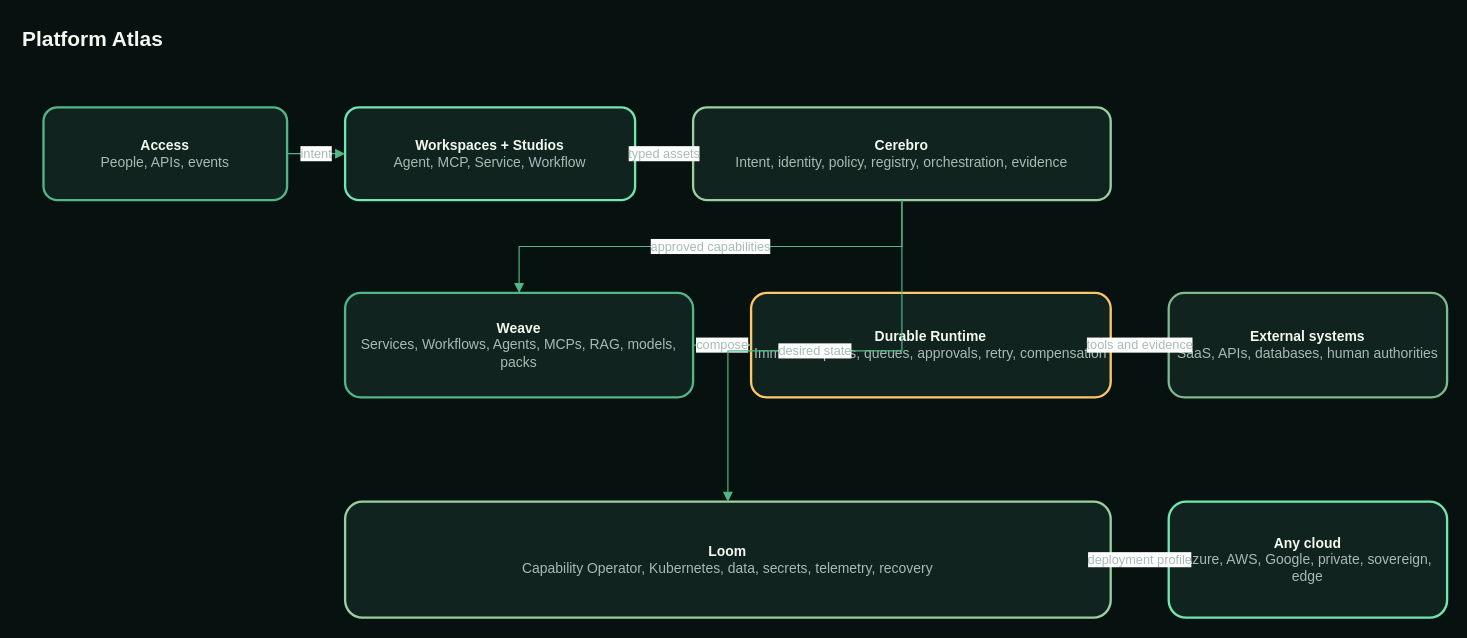
This is page "Platform Atlas" (1 of 4) of diagrams/contextweaver-nextgen-architecture.drawio from brainzbytes/contextweaver-public-site, a draw.io file, before an edit. Source tidied: cells renumbered, new cells numbered last; positions are measured from the earlier drawing's top-left corner, leaving out a move shared by most shapes. Both pictures are drawn from the tidied source at 116%, with x=0, y=0 at pixel (20, 20).
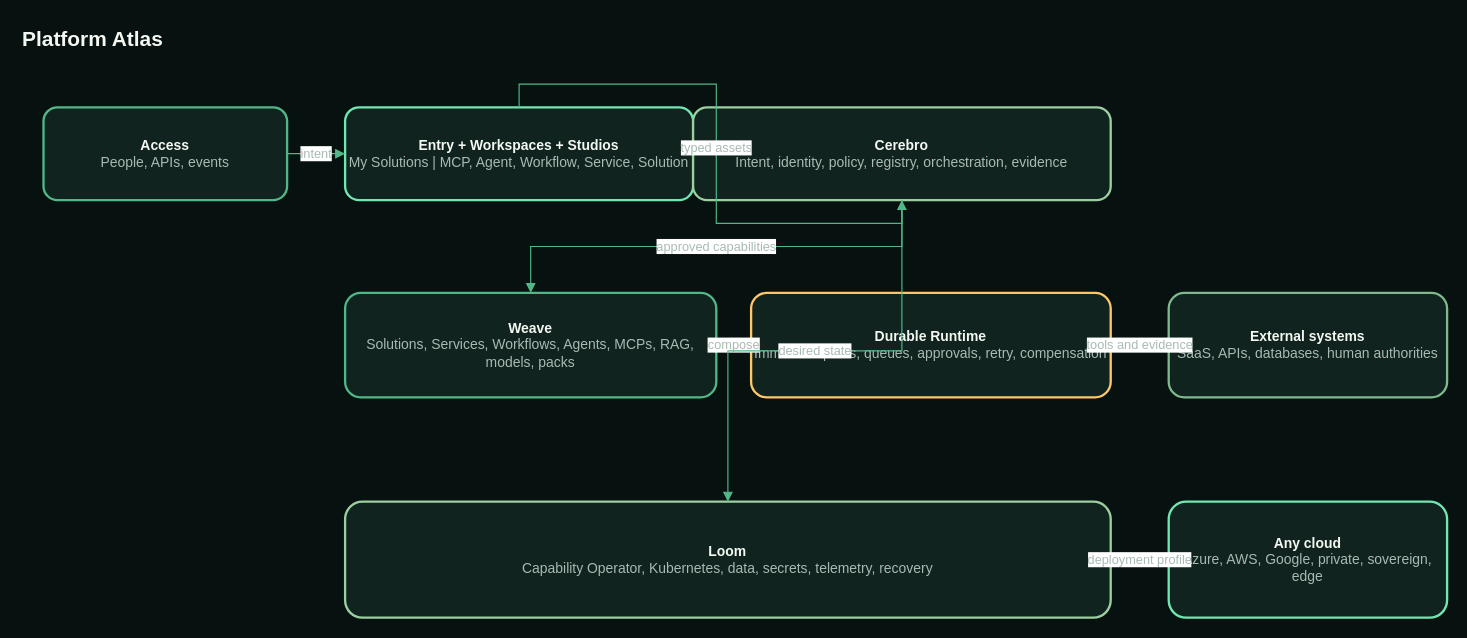
The same page after the edit.

What changed in the source:
```diff
@@
 <mxGraphModel background="#07110f">
   <root>
     <mxCell id="0" />
     <mxCell id="1" parent="0" />
     <mxCell id="2" value="Platform Atlas" style="text;html=1;strokeColor=none;fillColor=none;fontSize=18;fontStyle=1;fontColor=#f4f8f2;" parent="1" vertex="1">
       <mxGeometry width="900" height="40" as="geometry" />
     </mxCell>
     <mxCell id="3" value="&lt;b&gt;Access&lt;/b&gt;&lt;br&gt;&lt;font color=&quot;#a8bbb3&quot;&gt;People, APIs, events&lt;/font&gt;" style="rounded=1;whiteSpace=wrap;html=1;fillColor=#10231e;strokeColor=#52b788;fontColor=#f4f8f2;fontSize=12;strokeWidth=2;" parent="1" vertex="1">
       <mxGeometry x="20" y="75" width="210" height="80" as="geometry" />
     </mxCell>
-    <mxCell id="4" value="&lt;b&gt;Workspaces + Studios&lt;/b&gt;&lt;br&gt;&lt;font color=&quot;#a8bbb3&quot;&gt;Agent, MCP, Service, Workflow&lt;/font&gt;" style="rounded=1;whiteSpace=wrap;html=1;fillColor=#10231e;strokeColor=#70e6b1;fontColor=#f4f8f2;fontSize=12;strokeWidth=2;" parent="1" vertex="1">
-      <mxGeometry x="280" y="75" width="250" height="80" as="geometry" />
+    <mxCell id="4" value="&lt;b&gt;Entry + Workspaces + Studios&lt;/b&gt;&lt;br&gt;&lt;font color=&quot;#a8bbb3&quot;&gt;My Solutions | MCP, Agent, Workflow, Service, Solution&lt;/font&gt;" style="rounded=1;whiteSpace=wrap;html=1;fillColor=#10231e;strokeColor=#70e6b1;fontColor=#f4f8f2;fontSize=12;strokeWidth=2;" parent="1" vertex="1">
+      <mxGeometry x="280" y="75" width="300" height="80" as="geometry" />
     </mxCell>
     <mxCell id="5" value="&lt;b&gt;Cerebro&lt;/b&gt;&lt;br&gt;&lt;font color=&quot;#a8bbb3&quot;&gt;Intent, identity, policy, registry, orchestration, evidence&lt;/font&gt;" style="rounded=1;whiteSpace=wrap;html=1;fillColor=#10231e;strokeColor=#9bcf9f;fontColor=#f4f8f2;fontSize=12;strokeWidth=2;" parent="1" vertex="1">
       <mxGeometry x="580" y="75" width="360" height="80" as="geometry" />
     </mxCell>
-    <mxCell id="6" value="&lt;b&gt;Weave&lt;/b&gt;&lt;br&gt;&lt;font color=&quot;#a8bbb3&quot;&gt;Services, Workflows, Agents, MCPs, RAG, models, packs&lt;/font&gt;" style="rounded=1;whiteSpace=wrap;html=1;fillColor=#10231e;strokeColor=#52b788;fontColor=#f4f8f2;fontSize=12;strokeWidth=2;" parent="1" vertex="1">
-      <mxGeometry x="280" y="235" width="300" height="90" as="geometry" />
+    <mxCell id="6" value="&lt;b&gt;Weave&lt;/b&gt;&lt;br&gt;&lt;font color=&quot;#a8bbb3&quot;&gt;Solutions, Services, Workflows, Agents, MCPs, RAG, models, packs&lt;/font&gt;" style="rounded=1;whiteSpace=wrap;html=1;fillColor=#10231e;strokeColor=#52b788;fontColor=#f4f8f2;fontSize=12;strokeWidth=2;" parent="1" vertex="1">
+      <mxGeometry x="280" y="235" width="320" height="90" as="geometry" />
     </mxCell>
     <mxCell id="7" value="&lt;b&gt;Durable Runtime&lt;/b&gt;&lt;br&gt;&lt;font color=&quot;#a8bbb3&quot;&gt;Immutable plans, queues, approvals, retry, compensation&lt;/font&gt;" style="rounded=1;whiteSpace=wrap;html=1;fillColor=#10231e;strokeColor=#ffc76a;fontColor=#f4f8f2;fontSize=12;strokeWidth=2;" parent="1" vertex="1">
       <mxGeometry x="630" y="235" width="310" height="90" as="geometry" />
     </mxCell>
     <mxCell id="8" value="&lt;b&gt;Loom&lt;/b&gt;&lt;br&gt;&lt;font color=&quot;#a8bbb3&quot;&gt;Capability Operator, Kubernetes, data, secrets, telemetry, recovery&lt;/font&gt;" style="rounded=1;whiteSpace=wrap;html=1;fillColor=#10231e;strokeColor=#9bcf9f;fontColor=#f4f8f2;fontSize=12;strokeWidth=2;" parent="1" vertex="1">
       <mxGeometry x="280" y="415" width="660" height="100" as="geometry" />
     </mxCell>
     <mxCell id="9" value="&lt;b&gt;External systems&lt;/b&gt;&lt;br&gt;&lt;font color=&quot;#a8bbb3&quot;&gt;SaaS, APIs, databases, human authorities&lt;/font&gt;" style="rounded=1;whiteSpace=wrap;html=1;fillColor=#10231e;strokeColor=#7fb98d;fontColor=#f4f8f2;fontSize=12;strokeWidth=2;" parent="1" vertex="1">
       <mxGeometry x="990" y="235" width="240" height="90" as="geometry" />
     </mxCell>
     <mxCell id="10" value="&lt;b&gt;Any cloud&lt;/b&gt;&lt;br&gt;&lt;font color=&quot;#a8bbb3&quot;&gt;Azure, AWS, Google, private, sovereign, edge&lt;/font&gt;" style="rounded=1;whiteSpace=wrap;html=1;fillColor=#10231e;strokeColor=#70e6b1;fontColor=#f4f8f2;fontSize=12;strokeWidth=2;" parent="1" vertex="1">
       <mxGeometry x="990" y="415" width="240" height="100" as="geometry" />
     </mxCell>
     <mxCell id="11" value="intent" style="edgeStyle=orthogonalEdgeStyle;rounded=0;jettySize=auto;html=1;endArrow=block;endFill=1;strokeColor=#52b788;fontColor=#a8bbb3;" parent="1" edge="1" source="3" target="4">
       <mxGeometry relative="1" as="geometry" />
     </mxCell>
     <mxCell id="12" value="typed assets" style="edgeStyle=orthogonalEdgeStyle;rounded=0;jettySize=auto;html=1;endArrow=block;endFill=1;strokeColor=#52b788;fontColor=#a8bbb3;" parent="1" edge="1" source="4" target="5">
       <mxGeometry relative="1" as="geometry" />
     </mxCell>
     <mxCell id="13" value="approved capabilities" style="edgeStyle=orthogonalEdgeStyle;rounded=0;jettySize=auto;html=1;endArrow=block;endFill=1;strokeColor=#52b788;fontColor=#a8bbb3;" parent="1" edge="1" source="5" target="6">
       <mxGeometry relative="1" as="geometry" />
     </mxCell>
     <mxCell id="14" value="compose" style="edgeStyle=orthogonalEdgeStyle;rounded=0;jettySize=auto;html=1;endArrow=block;endFill=1;strokeColor=#52b788;fontColor=#a8bbb3;" parent="1" edge="1" source="6" target="7">
       <mxGeometry relative="1" as="geometry" />
     </mxCell>
     <mxCell id="15" value="tools and evidence" style="edgeStyle=orthogonalEdgeStyle;rounded=0;jettySize=auto;html=1;endArrow=block;endFill=1;strokeColor=#52b788;fontColor=#a8bbb3;" parent="1" edge="1" source="7" target="9">
       <mxGeometry relative="1" as="geometry" />
     </mxCell>
     <mxCell id="16" value="desired state" style="edgeStyle=orthogonalEdgeStyle;rounded=0;jettySize=auto;html=1;endArrow=block;endFill=1;strokeColor=#52b788;fontColor=#a8bbb3;" parent="1" edge="1" source="5" target="8">
       <mxGeometry relative="1" as="geometry" />
     </mxCell>
     <mxCell id="17" value="deployment profile" style="edgeStyle=orthogonalEdgeStyle;rounded=0;jettySize=auto;html=1;endArrow=block;endFill=1;strokeColor=#52b788;fontColor=#a8bbb3;" parent="1" edge="1" source="8" target="10">
       <mxGeometry relative="1" as="geometry" />
     </mxCell>
   </root>
 </mxGraphModel>
```
